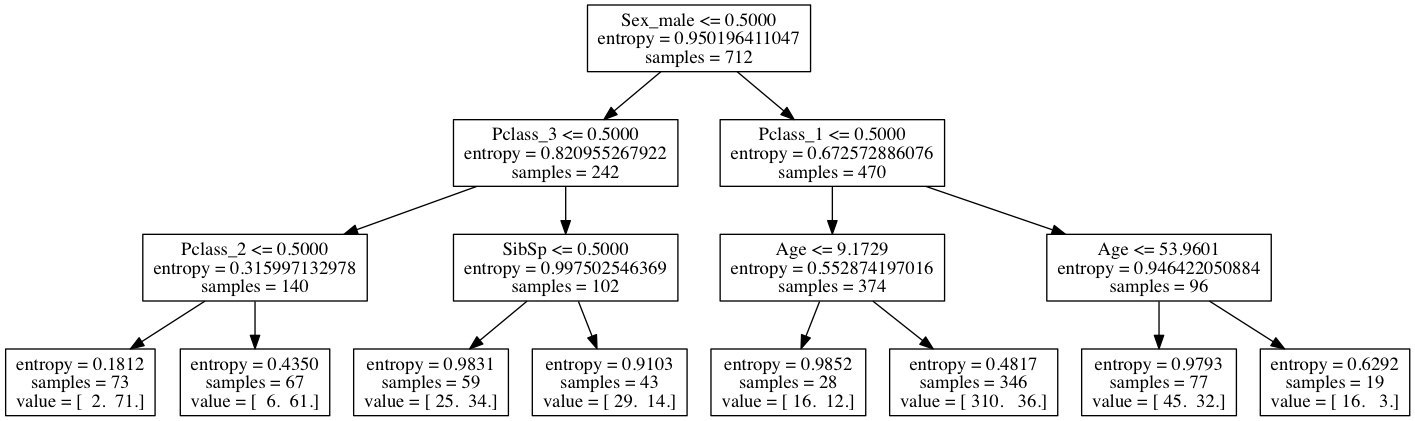
Before: labs/lab_07/titanic_decision_tree.png, a diagram exported from Graphviz (dav1dfeldman/DAT_SF_11). Its source is kept beside it as labs/lab_07/titanic_decision_tree.dot.
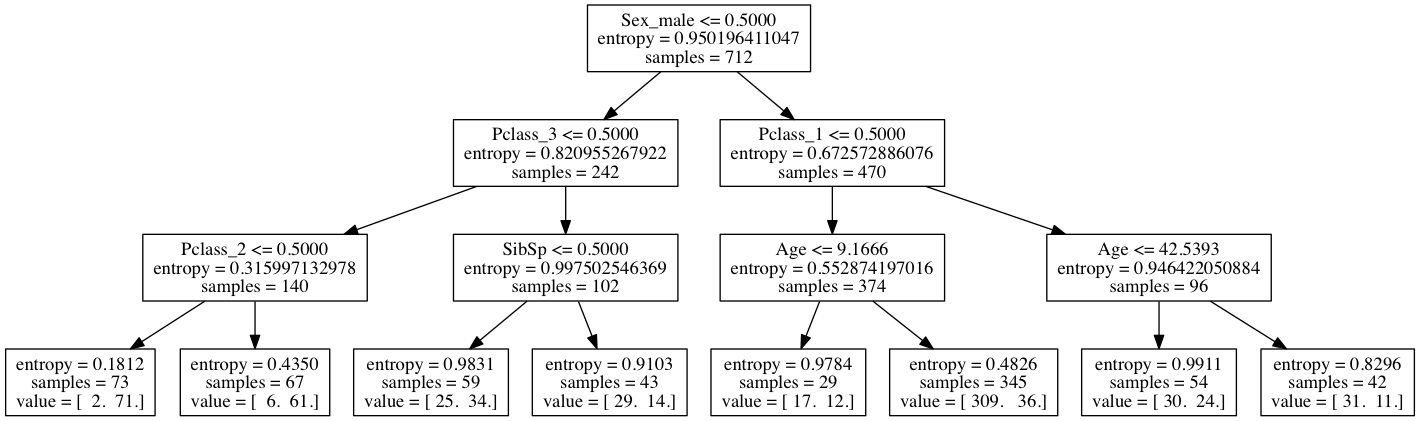
Above is the later version.

What changed in the source:
```diff
@@ -16,16 +16,16 @@
 5 -> 7 ;
 8 [label="X[2] <= 0.5000\nentropy = 0.672572886076\nsamples = 470", shape="box"] ;
 0 -> 8 ;
-9 [label="X[0] <= 9.1729\nentropy = 0.552874197016\nsamples = 374", shape="box"] ;
+9 [label="X[0] <= 9.1666\nentropy = 0.552874197016\nsamples = 374", shape="box"] ;
 8 -> 9 ;
-10 [label="entropy = 0.9852\nsamples = 28\nvalue = [ 16.  12.]", shape="box"] ;
+10 [label="entropy = 0.9784\nsamples = 29\nvalue = [ 17.  12.]", shape="box"] ;
 9 -> 10 ;
-11 [label="entropy = 0.4817\nsamples = 346\nvalue = [ 310.   36.]", shape="box"] ;
+11 [label="entropy = 0.4826\nsamples = 345\nvalue = [ 309.   36.]", shape="box"] ;
 9 -> 11 ;
-12 [label="X[0] <= 53.9601\nentropy = 0.946422050884\nsamples = 96", shape="box"] ;
+12 [label="X[0] <= 42.5393\nentropy = 0.946422050884\nsamples = 96", shape="box"] ;
 8 -> 12 ;
-13 [label="entropy = 0.9793\nsamples = 77\nvalue = [ 45.  32.]", shape="box"] ;
+13 [label="entropy = 0.9911\nsamples = 54\nvalue = [ 30.  24.]", shape="box"] ;
 12 -> 13 ;
-14 [label="entropy = 0.6292\nsamples = 19\nvalue = [ 16.   3.]", shape="box"] ;
+14 [label="entropy = 0.8296\nsamples = 42\nvalue = [ 31.  11.]", shape="box"] ;
 12 -> 14 ;
 }
```
